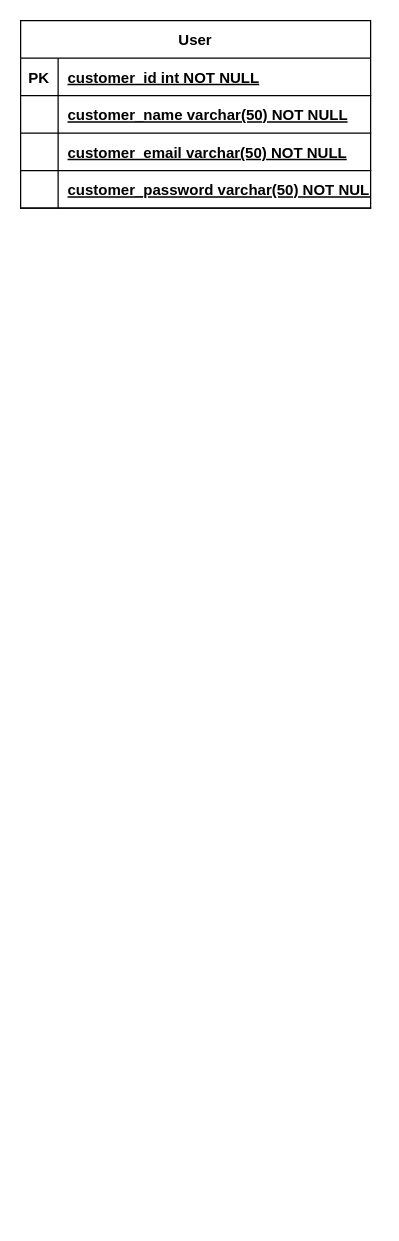
RanggaRenaldiY/Futsal-Yuk keeps this draw.io diagram as Untitled Diagram.drawio. Above is the earlier version. Source tidied: cells renumbered, new cells numbered last; positions are measured from the earlier drawing's top-left corner, leaving out a move shared by most shapes. Both pictures are drawn from the tidied source at 125%, with x=0, y=0 at pixel (20, 20).
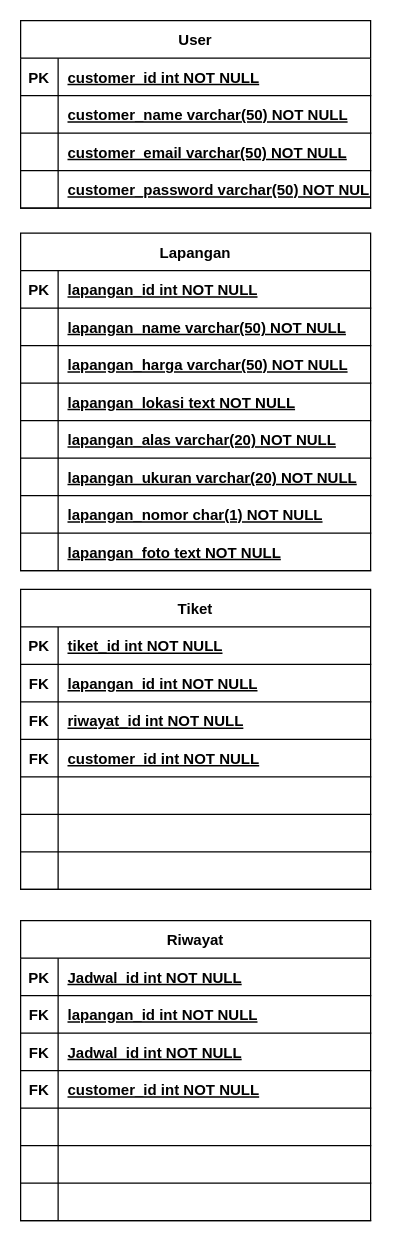
The same diagram, later.

What changed in the source:
```diff
@@
+    <mxCell id="15" value="Lapangan" style="shape=table;startSize=30;childLayout=tableLayout;rowLines=0;fontStyle=1;align=center;" parent="1" vertex="1">
+      <mxGeometry y="170" width="280" height="270" as="geometry" />
+    </mxCell>
+    <mxCell id="16" style="shape=partialRectangle;fillColor=none;top=0;left=0;right=0;bottom=1;" parent="15" vertex="1">
+      <mxGeometry y="30" width="280" height="30" as="geometry" />
+    </mxCell>
+    <mxCell id="17" value="PK" style="shape=partialRectangle;overflow=hidden;fillColor=none;top=0;left=0;bottom=0;right=0;fontStyle=1;" parent="16" vertex="1">
+      <mxGeometry width="30" height="30" as="geometry" />
+    </mxCell>
+    <mxCell id="18" value="lapangan_id int NOT NULL " style="shape=partialRectangle;overflow=hidden;fillColor=none;top=0;left=0;bottom=0;right=0;align=left;spacingLeft=6;fontStyle=5;" parent="16" vertex="1">
+      <mxGeometry x="30" width="250" height="30" as="geometry" />
+    </mxCell>
+    <mxCell id="19" style="shape=partialRectangle;fillColor=none;top=0;left=0;right=0;bottom=1;" parent="15" vertex="1">
+      <mxGeometry y="60" width="280" height="30" as="geometry" />
+    </mxCell>
+    <mxCell id="20" style="shape=partialRectangle;overflow=hidden;fillColor=none;top=0;left=0;bottom=0;right=0;fontStyle=1;" parent="19" vertex="1">
+      <mxGeometry width="30" height="30" as="geometry" />
+    </mxCell>
+    <mxCell id="21" value="lapangan_name varchar(50) NOT NULL" style="shape=partialRectangle;overflow=hidden;fillColor=none;top=0;left=0;bottom=0;right=0;align=left;spacingLeft=6;fontStyle=5;" parent="19" vertex="1">
+      <mxGeometry x="30" width="250" height="30" as="geometry" />
+    </mxCell>
+    <mxCell id="22" style="shape=partialRectangle;fillColor=none;top=0;left=0;right=0;bottom=1;" parent="15" vertex="1">
+      <mxGeometry y="90" width="280" height="30" as="geometry" />
+    </mxCell>
+    <mxCell id="23" style="shape=partialRectangle;overflow=hidden;fillColor=none;top=0;left=0;bottom=0;right=0;fontStyle=1;" parent="22" vertex="1">
+      <mxGeometry width="30" height="30" as="geometry" />
+    </mxCell>
+    <mxCell id="24" value="lapangan_harga varchar(50) NOT NULL" style="shape=partialRectangle;overflow=hidden;fillColor=none;top=0;left=0;bottom=0;right=0;align=left;spacingLeft=6;fontStyle=5;" parent="22" vertex="1">
+      <mxGeometry x="30" width="250" height="30" as="geometry" />
+    </mxCell>
+    <mxCell id="25" style="shape=partialRectangle;fillColor=none;top=0;left=0;right=0;bottom=1;" parent="15" vertex="1">
+      <mxGeometry y="120" width="280" height="30" as="geometry" />
+    </mxCell>
+    <mxCell id="26" style="shape=partialRectangle;overflow=hidden;fillColor=none;top=0;left=0;bottom=0;right=0;fontStyle=1;" parent="25" vertex="1">
+      <mxGeometry width="30" height="30" as="geometry" />
+    </mxCell>
+    <mxCell id="27" value="lapangan_lokasi text NOT NULL" style="shape=partialRectangle;overflow=hidden;fillColor=none;top=0;left=0;bottom=0;right=0;align=left;spacingLeft=6;fontStyle=5;" parent="25" vertex="1">
+      <mxGeometry x="30" width="250" height="30" as="geometry" />
+    </mxCell>
+    <mxCell id="28" style="shape=partialRectangle;fillColor=none;top=0;left=0;right=0;bottom=1;" parent="15" vertex="1">
+      <mxGeometry y="150" width="280" height="30" as="geometry" />
+    </mxCell>
+    <mxCell id="29" style="shape=partialRectangle;overflow=hidden;fillColor=none;top=0;left=0;bottom=0;right=0;fontStyle=1;" parent="28" vertex="1">
+      <mxGeometry width="30" height="30" as="geometry" />
+    </mxCell>
+    <mxCell id="30" value="lapangan_alas varchar(20) NOT NULL" style="shape=partialRectangle;overflow=hidden;fillColor=none;top=0;left=0;bottom=0;right=0;align=left;spacingLeft=6;fontStyle=5;" parent="28" vertex="1">
+      <mxGeometry x="30" width="250" height="30" as="geometry" />
+    </mxCell>
+    <mxCell id="31" style="shape=partialRectangle;fillColor=none;top=0;left=0;right=0;bottom=1;" parent="15" vertex="1">
+      <mxGeometry y="180" width="280" height="30" as="geometry" />
+    </mxCell>
+    <mxCell id="32" style="shape=partialRectangle;overflow=hidden;fillColor=none;top=0;left=0;bottom=0;right=0;fontStyle=1;" parent="31" vertex="1">
+      <mxGeometry width="30" height="30" as="geometry" />
+    </mxCell>
+    <mxCell id="33" value="lapangan_ukuran varchar(20) NOT NULL" style="shape=partialRectangle;overflow=hidden;fillColor=none;top=0;left=0;bottom=0;right=0;align=left;spacingLeft=6;fontStyle=5;" parent="31" vertex="1">
+      <mxGeometry x="30" width="250" height="30" as="geometry" />
+    </mxCell>
+    <mxCell id="34" style="shape=partialRectangle;fillColor=none;top=0;left=0;right=0;bottom=1;" parent="15" vertex="1">
+      <mxGeometry y="210" width="280" height="30" as="geometry" />
+    </mxCell>
+    <mxCell id="35" style="shape=partialRectangle;overflow=hidden;fillColor=none;top=0;left=0;bottom=0;right=0;fontStyle=1;" parent="34" vertex="1">
+      <mxGeometry width="30" height="30" as="geometry" />
+    </mxCell>
+    <mxCell id="36" value="lapangan_nomor char(1) NOT NULL" style="shape=partialRectangle;overflow=hidden;fillColor=none;top=0;left=0;bottom=0;right=0;align=left;spacingLeft=6;fontStyle=5;" parent="34" vertex="1">
+      <mxGeometry x="30" width="250" height="30" as="geometry" />
+    </mxCell>
+    <mxCell id="37" style="shape=partialRectangle;fillColor=none;top=0;left=0;right=0;bottom=1;" parent="15" vertex="1">
+      <mxGeometry y="240" width="280" height="30" as="geometry" />
+    </mxCell>
+    <mxCell id="38" style="shape=partialRectangle;overflow=hidden;fillColor=none;top=0;left=0;bottom=0;right=0;fontStyle=1;" parent="37" vertex="1">
+      <mxGeometry width="30" height="30" as="geometry" />
+    </mxCell>
+    <mxCell id="39" value="lapangan_foto text NOT NULL" style="shape=partialRectangle;overflow=hidden;fillColor=none;top=0;left=0;bottom=0;right=0;align=left;spacingLeft=6;fontStyle=5;" parent="37" vertex="1">
+      <mxGeometry x="30" width="250" height="30" as="geometry" />
+    </mxCell>
+    <mxCell id="40" value="Tiket" style="shape=table;startSize=30;childLayout=tableLayout;rowLines=0;fontStyle=1;align=center;" parent="1" vertex="1">
+      <mxGeometry y="455" width="280" height="240" as="geometry" />
+    </mxCell>
+    <mxCell id="41" style="shape=partialRectangle;fillColor=none;top=0;left=0;right=0;bottom=1;" parent="40" vertex="1">
+      <mxGeometry y="30" width="280" height="30" as="geometry" />
+    </mxCell>
+    <mxCell id="42" value="PK" style="shape=partialRectangle;overflow=hidden;fillColor=none;top=0;left=0;bottom=0;right=0;fontStyle=1;" parent="41" vertex="1">
+      <mxGeometry width="30" height="30" as="geometry" />
+    </mxCell>
+    <mxCell id="43" value="tiket_id int NOT NULL " style="shape=partialRectangle;overflow=hidden;fillColor=none;top=0;left=0;bottom=0;right=0;align=left;spacingLeft=6;fontStyle=5;" parent="41" vertex="1">
+      <mxGeometry x="30" width="250" height="30" as="geometry" />
+    </mxCell>
+    <mxCell id="44" style="shape=partialRectangle;fillColor=none;top=0;left=0;right=0;bottom=1;" parent="40" vertex="1">
+      <mxGeometry y="60" width="280" height="30" as="geometry" />
+    </mxCell>
+    <mxCell id="45" value="FK" style="shape=partialRectangle;overflow=hidden;fillColor=none;top=0;left=0;bottom=0;right=0;fontStyle=1;" parent="44" vertex="1">
+      <mxGeometry width="30" height="30" as="geometry" />
+    </mxCell>
+    <mxCell id="46" value="lapangan_id int NOT NULL" style="shape=partialRectangle;overflow=hidden;fillColor=none;top=0;left=0;bottom=0;right=0;align=left;spacingLeft=6;fontStyle=5;" parent="44" vertex="1">
+      <mxGeometry x="30" width="250" height="30" as="geometry" />
+    </mxCell>
+    <mxCell id="47" style="shape=partialRectangle;fillColor=none;top=0;left=0;right=0;bottom=1;" parent="40" vertex="1">
+      <mxGeometry y="90" width="280" height="30" as="geometry" />
+    </mxCell>
+    <mxCell id="48" value="FK" style="shape=partialRectangle;overflow=hidden;fillColor=none;top=0;left=0;bottom=0;right=0;fontStyle=1;" parent="47" vertex="1">
+      <mxGeometry width="30" height="30" as="geometry" />
+    </mxCell>
+    <mxCell id="49" value="riwayat_id int NOT NULL" style="shape=partialRectangle;overflow=hidden;fillColor=none;top=0;left=0;bottom=0;right=0;align=left;spacingLeft=6;fontStyle=5;" parent="47" vertex="1">
+      <mxGeometry x="30" width="250" height="30" as="geometry" />
+    </mxCell>
+    <mxCell id="50" style="shape=partialRectangle;fillColor=none;top=0;left=0;right=0;bottom=1;" parent="40" vertex="1">
+      <mxGeometry y="120" width="280" height="30" as="geometry" />
+    </mxCell>
+    <mxCell id="51" value="FK" style="shape=partialRectangle;overflow=hidden;fillColor=none;top=0;left=0;bottom=0;right=0;fontStyle=1;" parent="50" vertex="1">
+      <mxGeometry width="30" height="30" as="geometry" />
+    </mxCell>
+    <mxCell id="52" value="customer_id int NOT NULL" style="shape=partialRectangle;overflow=hidden;fillColor=none;top=0;left=0;bottom=0;right=0;align=left;spacingLeft=6;fontStyle=5;" parent="50" vertex="1">
+      <mxGeometry x="30" width="250" height="30" as="geometry" />
+    </mxCell>
+    <mxCell id="53" style="shape=partialRectangle;fillColor=none;top=0;left=0;right=0;bottom=1;" parent="40" vertex="1">
+      <mxGeometry y="150" width="280" height="30" as="geometry" />
+    </mxCell>
+    <mxCell id="54" style="shape=partialRectangle;overflow=hidden;fillColor=none;top=0;left=0;bottom=0;right=0;fontStyle=1;" parent="53" vertex="1">
+      <mxGeometry width="30" height="30" as="geometry" />
+    </mxCell>
+    <mxCell id="55" style="shape=partialRectangle;overflow=hidden;fillColor=none;top=0;left=0;bottom=0;right=0;align=left;spacingLeft=6;fontStyle=5;" parent="53" vertex="1">
+      <mxGeometry x="30" width="250" height="30" as="geometry" />
+    </mxCell>
+    <mxCell id="56" style="shape=partialRectangle;fillColor=none;top=0;left=0;right=0;bottom=1;" parent="40" vertex="1">
+      <mxGeometry y="180" width="280" height="30" as="geometry" />
+    </mxCell>
+    <mxCell id="57" style="shape=partialRectangle;overflow=hidden;fillColor=none;top=0;left=0;bottom=0;right=0;fontStyle=1;" parent="56" vertex="1">
+      <mxGeometry width="30" height="30" as="geometry" />
+    </mxCell>
+    <mxCell id="58" style="shape=partialRectangle;overflow=hidden;fillColor=none;top=0;left=0;bottom=0;right=0;align=left;spacingLeft=6;fontStyle=5;" parent="56" vertex="1">
+      <mxGeometry x="30" width="250" height="30" as="geometry" />
+    </mxCell>
+    <mxCell id="59" style="shape=partialRectangle;fillColor=none;top=0;left=0;right=0;bottom=1;" parent="40" vertex="1">
+      <mxGeometry y="210" width="280" height="30" as="geometry" />
+    </mxCell>
+    <mxCell id="60" style="shape=partialRectangle;overflow=hidden;fillColor=none;top=0;left=0;bottom=0;right=0;fontStyle=1;" parent="59" vertex="1">
+      <mxGeometry width="30" height="30" as="geometry" />
+    </mxCell>
+    <mxCell id="61" style="shape=partialRectangle;overflow=hidden;fillColor=none;top=0;left=0;bottom=0;right=0;align=left;spacingLeft=6;fontStyle=5;" parent="59" vertex="1">
+      <mxGeometry x="30" width="250" height="30" as="geometry" />
+    </mxCell>
+    <mxCell id="62" value="Riwayat" style="shape=table;startSize=30;childLayout=tableLayout;rowLines=0;fontStyle=1;align=center;" parent="1" vertex="1">
+      <mxGeometry y="720" width="280" height="240" as="geometry" />
+    </mxCell>
+    <mxCell id="63" style="shape=partialRectangle;fillColor=none;top=0;left=0;right=0;bottom=1;" parent="62" vertex="1">
+      <mxGeometry y="30" width="280" height="30" as="geometry" />
+    </mxCell>
+    <mxCell id="64" value="PK" style="shape=partialRectangle;overflow=hidden;fillColor=none;top=0;left=0;bottom=0;right=0;fontStyle=1;" parent="63" vertex="1">
+      <mxGeometry width="30" height="30" as="geometry" />
+    </mxCell>
+    <mxCell id="65" value="Jadwal_id int NOT NULL " style="shape=partialRectangle;overflow=hidden;fillColor=none;top=0;left=0;bottom=0;right=0;align=left;spacingLeft=6;fontStyle=5;" parent="63" vertex="1">
+      <mxGeometry x="30" width="250" height="30" as="geometry" />
+    </mxCell>
+    <mxCell id="66" style="shape=partialRectangle;fillColor=none;top=0;left=0;right=0;bottom=1;" parent="62" vertex="1">
+      <mxGeometry y="60" width="280" height="30" as="geometry" />
+    </mxCell>
+    <mxCell id="67" value="FK" style="shape=partialRectangle;overflow=hidden;fillColor=none;top=0;left=0;bottom=0;right=0;fontStyle=1;" parent="66" vertex="1">
+      <mxGeometry width="30" height="30" as="geometry" />
+    </mxCell>
+    <mxCell id="68" value="lapangan_id int NOT NULL" style="shape=partialRectangle;overflow=hidden;fillColor=none;top=0;left=0;bottom=0;right=0;align=left;spacingLeft=6;fontStyle=5;" parent="66" vertex="1">
+      <mxGeometry x="30" width="250" height="30" as="geometry" />
+    </mxCell>
+    <mxCell id="69" style="shape=partialRectangle;fillColor=none;top=0;left=0;right=0;bottom=1;" parent="62" vertex="1">
+      <mxGeometry y="90" width="280" height="30" as="geometry" />
+    </mxCell>
+    <mxCell id="70" value="FK" style="shape=partialRectangle;overflow=hidden;fillColor=none;top=0;left=0;bottom=0;right=0;fontStyle=1;" parent="69" vertex="1">
+      <mxGeometry width="30" height="30" as="geometry" />
+    </mxCell>
+    <mxCell id="71" value="Jadwal_id int NOT NULL" style="shape=partialRectangle;overflow=hidden;fillColor=none;top=0;left=0;bottom=0;right=0;align=left;spacingLeft=6;fontStyle=5;" parent="69" vertex="1">
+      <mxGeometry x="30" width="250" height="30" as="geometry" />
+    </mxCell>
+    <mxCell id="72" style="shape=partialRectangle;fillColor=none;top=0;left=0;right=0;bottom=1;" parent="62" vertex="1">
+      <mxGeometry y="120" width="280" height="30" as="geometry" />
+    </mxCell>
+    <mxCell id="73" value="FK" style="shape=partialRectangle;overflow=hidden;fillColor=none;top=0;left=0;bottom=0;right=0;fontStyle=1;" parent="72" vertex="1">
+      <mxGeometry width="30" height="30" as="geometry" />
+    </mxCell>
+    <mxCell id="74" value="customer_id int NOT NULL" style="shape=partialRectangle;overflow=hidden;fillColor=none;top=0;left=0;bottom=0;right=0;align=left;spacingLeft=6;fontStyle=5;" parent="72" vertex="1">
+      <mxGeometry x="30" width="250" height="30" as="geometry" />
+    </mxCell>
+    <mxCell id="75" style="shape=partialRectangle;fillColor=none;top=0;left=0;right=0;bottom=1;" parent="62" vertex="1">
+      <mxGeometry y="150" width="280" height="30" as="geometry" />
+    </mxCell>
+    <mxCell id="76" style="shape=partialRectangle;overflow=hidden;fillColor=none;top=0;left=0;bottom=0;right=0;fontStyle=1;" parent="75" vertex="1">
+      <mxGeometry width="30" height="30" as="geometry" />
+    </mxCell>
+    <mxCell id="77" style="shape=partialRectangle;overflow=hidden;fillColor=none;top=0;left=0;bottom=0;right=0;align=left;spacingLeft=6;fontStyle=5;" parent="75" vertex="1">
+      <mxGeometry x="30" width="250" height="30" as="geometry" />
+    </mxCell>
+    <mxCell id="78" style="shape=partialRectangle;fillColor=none;top=0;left=0;right=0;bottom=1;" parent="62" vertex="1">
+      <mxGeometry y="180" width="280" height="30" as="geometry" />
+    </mxCell>
+    <mxCell id="79" style="shape=partialRectangle;overflow=hidden;fillColor=none;top=0;left=0;bottom=0;right=0;fontStyle=1;" parent="78" vertex="1">
+      <mxGeometry width="30" height="30" as="geometry" />
+    </mxCell>
+    <mxCell id="80" style="shape=partialRectangle;overflow=hidden;fillColor=none;top=0;left=0;bottom=0;right=0;align=left;spacingLeft=6;fontStyle=5;" parent="78" vertex="1">
+      <mxGeometry x="30" width="250" height="30" as="geometry" />
+    </mxCell>
+    <mxCell id="81" style="shape=partialRectangle;fillColor=none;top=0;left=0;right=0;bottom=1;" parent="62" vertex="1">
+      <mxGeometry y="210" width="280" height="30" as="geometry" />
+    </mxCell>
+    <mxCell id="82" style="shape=partialRectangle;overflow=hidden;fillColor=none;top=0;left=0;bottom=0;right=0;fontStyle=1;" parent="81" vertex="1">
+      <mxGeometry width="30" height="30" as="geometry" />
+    </mxCell>
+    <mxCell id="83" style="shape=partialRectangle;overflow=hidden;fillColor=none;top=0;left=0;bottom=0;right=0;align=left;spacingLeft=6;fontStyle=5;" parent="81" vertex="1">
+      <mxGeometry x="30" width="250" height="30" as="geometry" />
+    </mxCell>
```
